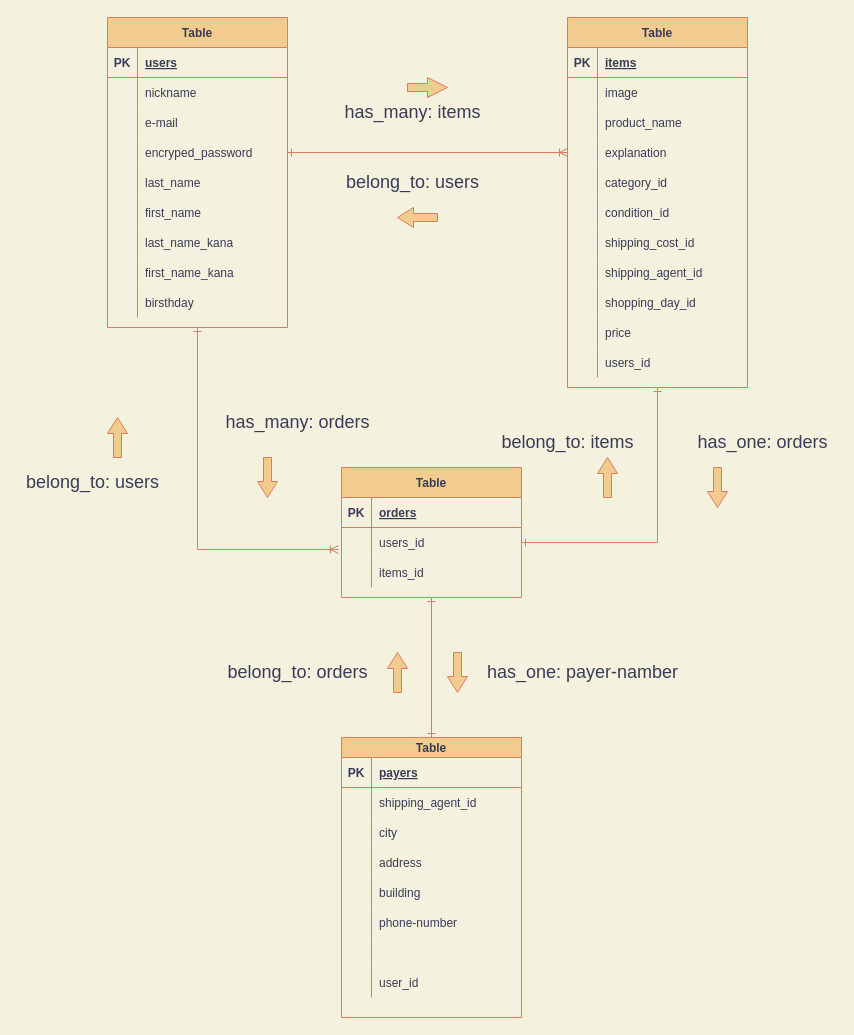
This is furima.dio from nasebanari/furima-36338, a draw.io file, before an edit. Source tidied: cells renumbered, new cells numbered last; positions are measured from the earlier drawing's top-left corner, leaving out a move shared by most shapes. Both pictures are drawn from the tidied source at 100%, with x=0, y=0 at pixel (17, 17).
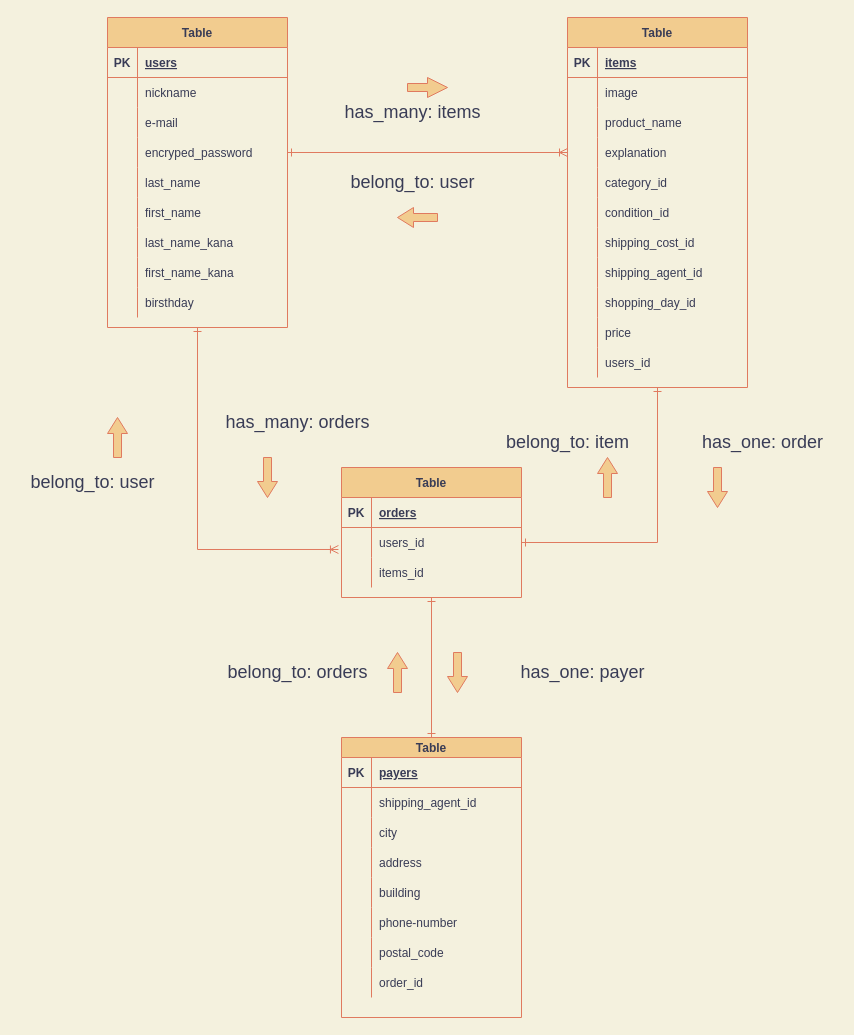
The same diagram, later.

Commit message (it also covers changes not shown here):
データベース設計　編集２

Unchanged cells that the change refers to:
```xml
<mxCell id="96" style="shape=partialRectangle;fillColor=none;top=0;left=0;bottom=0;right=0;strokeColor=#E07A5F;fontColor=#393C56;" parent="77" vertex="1">
  <mxGeometry y="200" width="180" height="30" as="geometry" />
</mxCell>
<mxCell id="99" style="shape=partialRectangle;fillColor=none;top=0;left=0;bottom=0;right=0;strokeColor=#E07A5F;fontColor=#393C56;" parent="77" vertex="1">
  <mxGeometry y="230" width="180" height="30" as="geometry" />
</mxCell>
```

Change to the diagram source:
```diff
@@
-    <mxCell id="98" style="shape=partialRectangle;fillColor=none;top=0;left=0;bottom=0;right=0;align=left;spacingLeft=6;overflow=hidden;strokeColor=#E07A5F;fontColor=#393C56;" parent="96" vertex="1">
+    <mxCell id="98" value="postal_code" style="shape=partialRectangle;fillColor=none;top=0;left=0;bottom=0;right=0;align=left;spacingLeft=6;overflow=hidden;strokeColor=#E07A5F;fontColor=#393C56;" parent="96" vertex="1">
       <mxGeometry x="30" width="150" height="30" as="geometry" />
     </mxCell>
@@
-    <mxCell id="101" value="user_id" style="shape=partialRectangle;fillColor=none;top=0;left=0;bottom=0;right=0;align=left;spacingLeft=6;overflow=hidden;strokeColor=#E07A5F;fontColor=#393C56;" parent="99" vertex="1">
+    <mxCell id="101" value="order_id" style="shape=partialRectangle;fillColor=none;top=0;left=0;bottom=0;right=0;align=left;spacingLeft=6;overflow=hidden;strokeColor=#E07A5F;fontColor=#393C56;" parent="99" vertex="1">
       <mxGeometry x="30" width="150" height="30" as="geometry" />
     </mxCell>
@@
-    <mxCell id="104" value="belong_to: users" style="text;html=1;align=center;verticalAlign=middle;strokeColor=none;fontSize=18;fontColor=#393C56;" parent="1" vertex="1">
-      <mxGeometry x="320" y="150" width="150" height="30" as="geometry" />
+    <mxCell id="104" value="belong_to: user" style="text;html=1;align=center;verticalAlign=middle;strokeColor=none;fontSize=18;fontColor=#393C56;" parent="1" vertex="1">
+      <mxGeometry x="325" y="150" width="140" height="30" as="geometry" />
     </mxCell>
-    <mxCell id="105" value="belong_to: users" style="text;html=1;align=center;verticalAlign=middle;strokeColor=none;fontSize=18;fontColor=#393C56;" parent="1" vertex="1">
-      <mxGeometry y="450" width="150" height="30" as="geometry" />
+    <mxCell id="105" value="belong_to: user" style="text;html=1;align=center;verticalAlign=middle;strokeColor=none;fontSize=18;fontColor=#393C56;" parent="1" vertex="1">
+      <mxGeometry x="5" y="450" width="140" height="30" as="geometry" />
     </mxCell>
@@
-    <mxCell id="107" value="belong_to: items" style="text;html=1;align=center;verticalAlign=middle;strokeColor=none;fontSize=18;fontColor=#393C56;" parent="1" vertex="1">
-      <mxGeometry x="475" y="410" width="150" height="30" as="geometry" />
+    <mxCell id="107" value="belong_to: item" style="text;html=1;align=center;verticalAlign=middle;strokeColor=none;fontSize=18;fontColor=#393C56;" parent="1" vertex="1">
+      <mxGeometry x="480" y="410" width="140" height="30" as="geometry" />
     </mxCell>
@@
-    <mxCell id="109" value="has_one: orders" style="text;html=1;align=center;verticalAlign=middle;strokeColor=none;fontSize=18;fontColor=#393C56;" parent="1" vertex="1">
-      <mxGeometry x="670" y="410" width="150" height="30" as="geometry" />
+    <mxCell id="109" value="has_one: order" style="text;html=1;align=center;verticalAlign=middle;strokeColor=none;fontSize=18;fontColor=#393C56;" parent="1" vertex="1">
+      <mxGeometry x="675" y="410" width="140" height="30" as="geometry" />
     </mxCell>
-    <mxCell id="110" value="has_one: payer-namber" style="text;html=1;align=center;verticalAlign=middle;strokeColor=none;fontSize=18;fontColor=#393C56;" parent="1" vertex="1">
-      <mxGeometry x="460" y="640" width="210" height="30" as="geometry" />
+    <mxCell id="110" value="has_one: payer" style="text;html=1;align=center;verticalAlign=middle;strokeColor=none;fontSize=18;fontColor=#393C56;" parent="1" vertex="1">
+      <mxGeometry x="495" y="640" width="140" height="30" as="geometry" />
     </mxCell>
```
